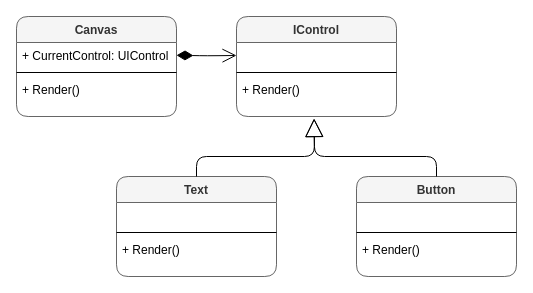
This is DesignPatterns/StatePattern/Assets/State.drawio from maydinunlu/CSharp-DesignPatterns, a draw.io file, before an edit. Source tidied: cells renumbered, new cells numbered last; positions are measured from the earlier drawing's top-left corner, leaving out a move shared by most shapes. Both pictures are drawn from the tidied source at 100%, with x=0, y=0 at pixel (16, 16).
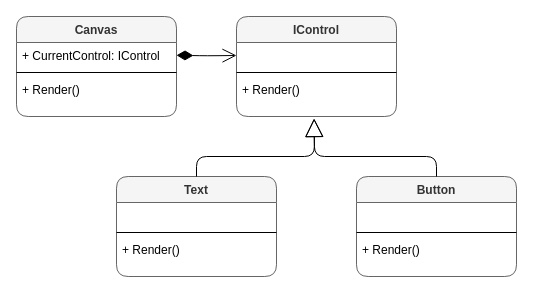
After the change.

The change refers to these unchanged cells:
```xml
<mxCell id="2" value="Canvas" style="swimlane;fontStyle=1;align=center;verticalAlign=top;horizontal=1;startSize=26;rounded=1;shadow=0;sketch=0;noLabel=0;swimlaneFillColor=none;fillColor=#f5f5f5;strokeColor=#666666;fontColor=#333333;" parent="1" vertex="1">
  <mxGeometry width="160" height="100" as="geometry" />
</mxCell>
```

Diff of the diagram source:
```diff
@@
-    <mxCell id="3" value="+ CurrentControl: UIControl" style="text;strokeColor=none;fillColor=none;align=left;verticalAlign=top;spacingLeft=4;spacingRight=4;overflow=hidden;" parent="2" vertex="1">
+    <mxCell id="3" value="+ CurrentControl: IControl" style="text;strokeColor=none;fillColor=none;align=left;verticalAlign=top;spacingLeft=4;spacingRight=4;overflow=hidden;" parent="2" vertex="1">
       <mxGeometry y="26" width="160" height="26" as="geometry" />
     </mxCell>
```
